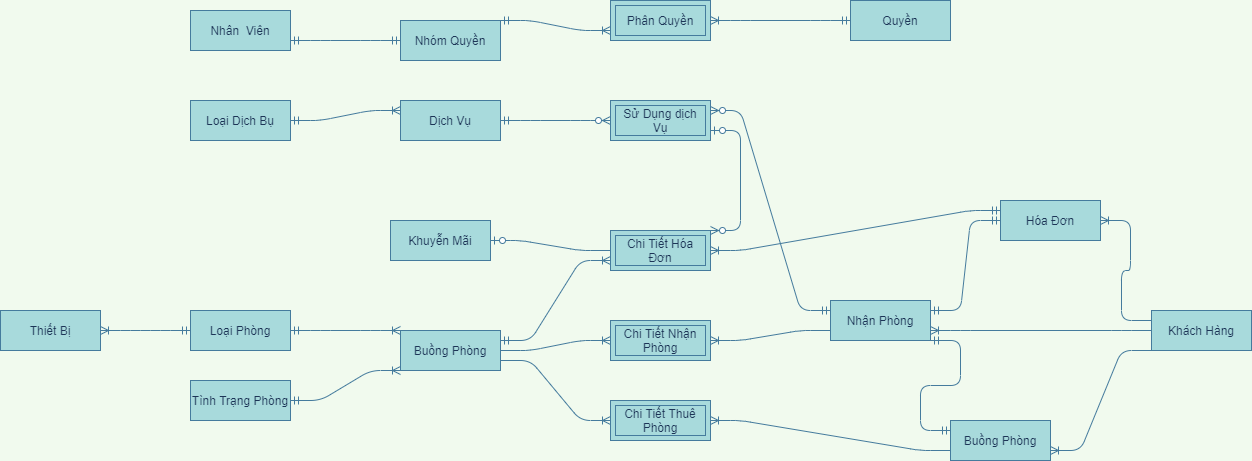
Earlier version of the draw.io export EntityRelationship-QLKS.png (maialino123/QLKS). Source tidied: cells renumbered, new cells last; positions are measured from the earlier drawing's top-left corner, leaving out a move shared by most shapes. Source of this version:
```xml
<mxGraphModel background="#F1FAEE">
  <root>
    <mxCell id="0" />
    <mxCell id="1" parent="0" />
    <mxCell id="2" style="edgeStyle=entityRelationEdgeStyle;fontSize=12;html=1;endArrow=ERoneToMany;startArrow=ERmandOne;strokeColor=#457B9D;fillColor=#A8DADC;labelBackgroundColor=#F1FAEE;fontColor=#1D3557;exitX=1;exitY=0.5;exitDx=0;exitDy=0;entryX=0;entryY=0;entryDx=0;entryDy=0;" parent="1" edge="1" source="36" target="38">
      <mxGeometry relative="1" as="geometry" />
    </mxCell>
    <mxCell id="3" style="edgeStyle=entityRelationEdgeStyle;fontSize=12;html=1;endArrow=ERoneToMany;startArrow=ERmandOne;strokeColor=#457B9D;fillColor=#A8DADC;labelBackgroundColor=#F1FAEE;fontColor=#1D3557;exitX=1;exitY=0.5;exitDx=0;exitDy=0;entryX=0;entryY=1;entryDx=0;entryDy=0;" parent="1" edge="1" source="37" target="38">
      <mxGeometry relative="1" as="geometry" />
    </mxCell>
    <mxCell id="4" style="edgeStyle=entityRelationEdgeStyle;fontSize=12;html=1;endArrow=ERoneToMany;strokeColor=#457B9D;fillColor=#A8DADC;entryX=1;entryY=0.5;entryDx=0;entryDy=0;labelBackgroundColor=#F1FAEE;fontColor=#1D3557;exitX=0;exitY=0.75;exitDx=0;exitDy=0;" parent="1" edge="1" source="40" target="5">
      <mxGeometry relative="1" as="geometry" />
    </mxCell>
    <mxCell id="5" value="Chi Tiết Nhận Phòng" style="shape=ext;margin=3;double=1;whiteSpace=wrap;html=1;align=center;strokeColor=#457B9D;fillColor=#A8DADC;fontColor=#1D3557;" parent="1" vertex="1">
      <mxGeometry x="610" y="320" width="100" height="40" as="geometry" />
    </mxCell>
    <mxCell id="6" style="edgeStyle=entityRelationEdgeStyle;fontSize=12;html=1;endArrow=ERoneToMany;strokeColor=#457B9D;fillColor=#A8DADC;entryX=0;entryY=0.5;entryDx=0;entryDy=0;labelBackgroundColor=#F1FAEE;fontColor=#1D3557;exitX=1;exitY=0.5;exitDx=0;exitDy=0;" parent="1" edge="1" source="38" target="5">
      <mxGeometry relative="1" as="geometry" />
    </mxCell>
    <mxCell id="7" style="edgeStyle=entityRelationEdgeStyle;fontSize=12;html=1;endArrow=ERoneToMany;strokeColor=#457B9D;fillColor=#A8DADC;labelBackgroundColor=#F1FAEE;fontColor=#1D3557;exitX=0;exitY=0.75;exitDx=0;exitDy=0;" parent="1" edge="1" source="39" target="8">
      <mxGeometry relative="1" as="geometry" />
    </mxCell>
    <mxCell id="8" value="Chi Tiết Thuê Phòng" style="shape=ext;margin=3;double=1;whiteSpace=wrap;html=1;align=center;strokeColor=#457B9D;fillColor=#A8DADC;fontColor=#1D3557;" parent="1" vertex="1">
      <mxGeometry x="610" y="400" width="100" height="40" as="geometry" />
    </mxCell>
    <mxCell id="9" style="edgeStyle=entityRelationEdgeStyle;fontSize=12;html=1;endArrow=ERoneToMany;strokeColor=#457B9D;fillColor=#A8DADC;entryX=0;entryY=0.5;entryDx=0;entryDy=0;labelBackgroundColor=#F1FAEE;fontColor=#1D3557;exitX=1;exitY=0.75;exitDx=0;exitDy=0;" parent="1" edge="1" source="38" target="8">
      <mxGeometry relative="1" as="geometry" />
    </mxCell>
    <mxCell id="10" style="edgeStyle=entityRelationEdgeStyle;fontSize=12;html=1;endArrow=ERoneToMany;strokeColor=#457B9D;fillColor=#A8DADC;labelBackgroundColor=#F1FAEE;fontColor=#1D3557;entryX=1;entryY=0.75;entryDx=0;entryDy=0;exitX=0;exitY=1;exitDx=0;exitDy=0;" parent="1" edge="1" source="41" target="39">
      <mxGeometry relative="1" as="geometry" />
    </mxCell>
    <mxCell id="11" style="edgeStyle=entityRelationEdgeStyle;fontSize=12;html=1;endArrow=ERoneToMany;strokeColor=#457B9D;fillColor=#A8DADC;labelBackgroundColor=#F1FAEE;fontColor=#1D3557;entryX=1;entryY=0.75;entryDx=0;entryDy=0;exitX=0;exitY=0.5;exitDx=0;exitDy=0;" parent="1" edge="1" source="41" target="40">
      <mxGeometry relative="1" as="geometry" />
    </mxCell>
    <mxCell id="12" style="edgeStyle=entityRelationEdgeStyle;fontSize=12;html=1;endArrow=ERmandOne;startArrow=ERmandOne;strokeColor=#457B9D;fillColor=#A8DADC;labelBackgroundColor=#F1FAEE;fontColor=#1D3557;exitX=0;exitY=0.25;exitDx=0;exitDy=0;entryX=1;entryY=1;entryDx=0;entryDy=0;" parent="1" edge="1" source="39" target="40">
      <mxGeometry relative="1" as="geometry" />
    </mxCell>
    <mxCell id="13" style="edgeStyle=entityRelationEdgeStyle;fontSize=12;html=1;endArrow=ERoneToMany;strokeColor=#457B9D;fillColor=#A8DADC;labelBackgroundColor=#F1FAEE;fontColor=#1D3557;exitX=0;exitY=0.25;exitDx=0;exitDy=0;entryX=1;entryY=0.5;entryDx=0;entryDy=0;" parent="1" edge="1" source="41" target="42">
      <mxGeometry relative="1" as="geometry" />
    </mxCell>
    <mxCell id="14" style="edgeStyle=entityRelationEdgeStyle;fontSize=12;html=1;endArrow=ERmandOne;startArrow=ERmandOne;strokeColor=#457B9D;fillColor=#A8DADC;labelBackgroundColor=#F1FAEE;fontColor=#1D3557;exitX=1;exitY=0.25;exitDx=0;exitDy=0;entryX=0;entryY=0.5;entryDx=0;entryDy=0;" parent="1" edge="1" source="40" target="42">
      <mxGeometry relative="1" as="geometry" />
    </mxCell>
    <mxCell id="15" value="Chi Tiết Hóa Đơn" style="shape=ext;margin=3;double=1;whiteSpace=wrap;html=1;align=center;strokeColor=#457B9D;fillColor=#A8DADC;fontColor=#1D3557;" parent="1" vertex="1">
      <mxGeometry x="610" y="230" width="100" height="40" as="geometry" />
    </mxCell>
    <mxCell id="16" style="edgeStyle=entityRelationEdgeStyle;fontSize=12;html=1;endArrow=ERoneToMany;startArrow=ERmandOne;strokeColor=#457B9D;fillColor=#A8DADC;entryX=1;entryY=0.5;entryDx=0;entryDy=0;labelBackgroundColor=#F1FAEE;fontColor=#1D3557;exitX=0;exitY=0.25;exitDx=0;exitDy=0;" parent="1" edge="1" source="42" target="15">
      <mxGeometry relative="1" as="geometry" />
    </mxCell>
    <mxCell id="17" style="edgeStyle=entityRelationEdgeStyle;fontSize=12;html=1;endArrow=ERzeroToOne;endFill=1;strokeColor=#457B9D;fillColor=#A8DADC;exitX=0;exitY=0.5;exitDx=0;exitDy=0;labelBackgroundColor=#F1FAEE;fontColor=#1D3557;entryX=1;entryY=0.5;entryDx=0;entryDy=0;" parent="1" edge="1" source="15" target="34">
      <mxGeometry relative="1" as="geometry" />
    </mxCell>
    <mxCell id="18" style="edgeStyle=entityRelationEdgeStyle;fontSize=12;html=1;endArrow=ERoneToMany;startArrow=ERmandOne;strokeColor=#457B9D;fillColor=#A8DADC;labelBackgroundColor=#F1FAEE;fontColor=#1D3557;entryX=1;entryY=0.5;entryDx=0;entryDy=0;exitX=0;exitY=0.5;exitDx=0;exitDy=0;" parent="1" edge="1" source="36" target="35">
      <mxGeometry relative="1" as="geometry" />
    </mxCell>
    <mxCell id="19" style="edgeStyle=entityRelationEdgeStyle;fontSize=12;html=1;endArrow=ERoneToMany;startArrow=ERmandOne;labelBackgroundColor=#F1FAEE;strokeColor=#457B9D;fontColor=#1D3557;exitX=1;exitY=0.5;exitDx=0;exitDy=0;entryX=0;entryY=0.25;entryDx=0;entryDy=0;" parent="1" edge="1" source="32" target="33">
      <mxGeometry relative="1" as="geometry" />
    </mxCell>
    <mxCell id="20" style="edgeStyle=entityRelationEdgeStyle;fontSize=12;html=1;endArrow=ERzeroToMany;startArrow=ERmandOne;entryX=0;entryY=0.5;entryDx=0;entryDy=0;labelBackgroundColor=#F1FAEE;strokeColor=#457B9D;fontColor=#1D3557;exitX=1;exitY=0.5;exitDx=0;exitDy=0;" parent="1" edge="1" source="33" target="21">
      <mxGeometry relative="1" as="geometry" />
    </mxCell>
    <mxCell id="21" value="Sử Dụng dịch Vụ" style="shape=ext;margin=3;double=1;whiteSpace=wrap;html=1;align=center;strokeColor=#457B9D;fillColor=#A8DADC;fontColor=#1D3557;" parent="1" vertex="1">
      <mxGeometry x="610" y="100" width="100" height="40" as="geometry" />
    </mxCell>
    <mxCell id="22" style="edgeStyle=entityRelationEdgeStyle;fontSize=12;html=1;endArrow=ERzeroToMany;startArrow=ERmandOne;entryX=1;entryY=0.25;entryDx=0;entryDy=0;labelBackgroundColor=#F1FAEE;strokeColor=#457B9D;fontColor=#1D3557;exitX=0;exitY=0.25;exitDx=0;exitDy=0;" parent="1" edge="1" source="40" target="21">
      <mxGeometry relative="1" as="geometry" />
    </mxCell>
    <mxCell id="23" style="edgeStyle=entityRelationEdgeStyle;fontSize=12;html=1;endArrow=ERoneToMany;startArrow=ERmandOne;strokeColor=#457B9D;fillColor=#A8DADC;entryX=0;entryY=0.75;entryDx=0;entryDy=0;exitX=1;exitY=0.25;exitDx=0;exitDy=0;" parent="1" edge="1" source="38" target="15">
      <mxGeometry relative="1" as="geometry" />
    </mxCell>
    <mxCell id="24" style="edgeStyle=entityRelationEdgeStyle;fontSize=12;html=1;endArrow=ERzeroToMany;startArrow=ERzeroToOne;strokeColor=#457B9D;fillColor=#A8DADC;exitX=1;exitY=0.75;exitDx=0;exitDy=0;entryX=1;entryY=0;entryDx=0;entryDy=0;" parent="1" edge="1" source="21" target="15">
      <mxGeometry relative="1" as="geometry" />
    </mxCell>
    <mxCell id="25" style="edgeStyle=entityRelationEdgeStyle;fontSize=12;html=1;endArrow=ERoneToMany;startArrow=ERmandOne;labelBackgroundColor=#F1FAEE;strokeColor=#457B9D;fontColor=#1D3557;entryX=1;entryY=0.5;entryDx=0;entryDy=0;exitX=0;exitY=0.5;exitDx=0;exitDy=0;" parent="1" edge="1" source="30" target="26">
      <mxGeometry relative="1" as="geometry" />
    </mxCell>
    <mxCell id="26" value="Phân Quyền" style="shape=ext;margin=3;double=1;whiteSpace=wrap;html=1;align=center;strokeColor=#457B9D;fillColor=#A8DADC;fontColor=#1D3557;" parent="1" vertex="1">
      <mxGeometry x="610" width="100" height="40" as="geometry" />
    </mxCell>
    <mxCell id="27" style="edgeStyle=entityRelationEdgeStyle;fontSize=12;html=1;endArrow=ERoneToMany;startArrow=ERmandOne;labelBackgroundColor=#F1FAEE;strokeColor=#457B9D;fontColor=#1D3557;entryX=0;entryY=0.75;entryDx=0;entryDy=0;exitX=1;exitY=0;exitDx=0;exitDy=0;" parent="1" edge="1" source="29" target="26">
      <mxGeometry relative="1" as="geometry" />
    </mxCell>
    <mxCell id="28" style="edgeStyle=entityRelationEdgeStyle;fontSize=12;html=1;endArrow=ERmandOne;startArrow=ERmandOne;strokeColor=#457B9D;fillColor=#A8DADC;exitX=1;exitY=0.75;exitDx=0;exitDy=0;entryX=0;entryY=0.5;entryDx=0;entryDy=0;" parent="1" edge="1" source="31" target="29">
      <mxGeometry relative="1" as="geometry" />
    </mxCell>
    <mxCell id="29" value="Nhóm Quyền" style="whiteSpace=wrap;html=1;align=center;rounded=0;sketch=0;strokeColor=#457B9D;fillColor=#A8DADC;fontColor=#1D3557;" parent="1" vertex="1">
      <mxGeometry x="400" y="20" width="100" height="40" as="geometry" />
    </mxCell>
    <mxCell id="30" value="Quyền" style="whiteSpace=wrap;html=1;align=center;rounded=0;sketch=0;strokeColor=#457B9D;fillColor=#A8DADC;fontColor=#1D3557;" parent="1" vertex="1">
      <mxGeometry x="850" width="100" height="40" as="geometry" />
    </mxCell>
    <mxCell id="31" value="Nhân&amp;nbsp; Viên" style="whiteSpace=wrap;html=1;align=center;rounded=0;sketch=0;strokeColor=#457B9D;fillColor=#A8DADC;fontColor=#1D3557;" parent="1" vertex="1">
      <mxGeometry x="190" y="10" width="100" height="40" as="geometry" />
    </mxCell>
    <mxCell id="32" value="Loại Dịch Bụ" style="whiteSpace=wrap;html=1;align=center;rounded=0;sketch=0;strokeColor=#457B9D;fillColor=#A8DADC;fontColor=#1D3557;" parent="1" vertex="1">
      <mxGeometry x="190" y="100" width="100" height="40" as="geometry" />
    </mxCell>
    <mxCell id="33" value="Dịch Vụ" style="whiteSpace=wrap;html=1;align=center;rounded=0;sketch=0;strokeColor=#457B9D;fillColor=#A8DADC;fontColor=#1D3557;" parent="1" vertex="1">
      <mxGeometry x="400" y="100" width="100" height="40" as="geometry" />
    </mxCell>
    <mxCell id="34" value="Khuyễn Mãi" style="whiteSpace=wrap;html=1;align=center;rounded=0;sketch=0;strokeColor=#457B9D;fillColor=#A8DADC;fontColor=#1D3557;" parent="1" vertex="1">
      <mxGeometry x="390" y="220" width="100" height="40" as="geometry" />
    </mxCell>
    <mxCell id="35" value="Thiết Bị" style="whiteSpace=wrap;html=1;align=center;rounded=0;sketch=0;strokeColor=#457B9D;fillColor=#A8DADC;fontColor=#1D3557;" parent="1" vertex="1">
      <mxGeometry y="310" width="100" height="40" as="geometry" />
    </mxCell>
    <mxCell id="36" value="Loại Phòng" style="whiteSpace=wrap;html=1;align=center;rounded=0;sketch=0;strokeColor=#457B9D;fillColor=#A8DADC;fontColor=#1D3557;" parent="1" vertex="1">
      <mxGeometry x="190" y="310" width="100" height="40" as="geometry" />
    </mxCell>
    <mxCell id="37" value="Tình Trạng Phòng" style="whiteSpace=wrap;html=1;align=center;rounded=0;sketch=0;strokeColor=#457B9D;fillColor=#A8DADC;fontColor=#1D3557;" parent="1" vertex="1">
      <mxGeometry x="190" y="380" width="100" height="40" as="geometry" />
    </mxCell>
    <mxCell id="38" value="Buồng Phòng" style="whiteSpace=wrap;html=1;align=center;rounded=0;sketch=0;strokeColor=#457B9D;fillColor=#A8DADC;fontColor=#1D3557;" parent="1" vertex="1">
      <mxGeometry x="400" y="330" width="100" height="40" as="geometry" />
    </mxCell>
    <mxCell id="39" value="Buồng Phòng" style="whiteSpace=wrap;html=1;align=center;rounded=0;sketch=0;strokeColor=#457B9D;fillColor=#A8DADC;fontColor=#1D3557;" parent="1" vertex="1">
      <mxGeometry x="950" y="420" width="100" height="40" as="geometry" />
    </mxCell>
    <mxCell id="40" value="Nhận Phòng" style="whiteSpace=wrap;html=1;align=center;rounded=0;sketch=0;strokeColor=#457B9D;fillColor=#A8DADC;fontColor=#1D3557;" parent="1" vertex="1">
      <mxGeometry x="830" y="300" width="100" height="40" as="geometry" />
    </mxCell>
    <mxCell id="41" value="Khách Hàng" style="whiteSpace=wrap;html=1;align=center;rounded=0;sketch=0;strokeColor=#457B9D;fillColor=#A8DADC;fontColor=#1D3557;" parent="1" vertex="1">
      <mxGeometry x="1151" y="310" width="100" height="40" as="geometry" />
    </mxCell>
    <mxCell id="42" value="Hóa Đơn" style="whiteSpace=wrap;html=1;align=center;rounded=0;sketch=0;strokeColor=#457B9D;fillColor=#A8DADC;fontColor=#1D3557;" parent="1" vertex="1">
      <mxGeometry x="1000" y="200" width="100" height="40" as="geometry" />
    </mxCell>
  </root>
</mxGraphModel>
```
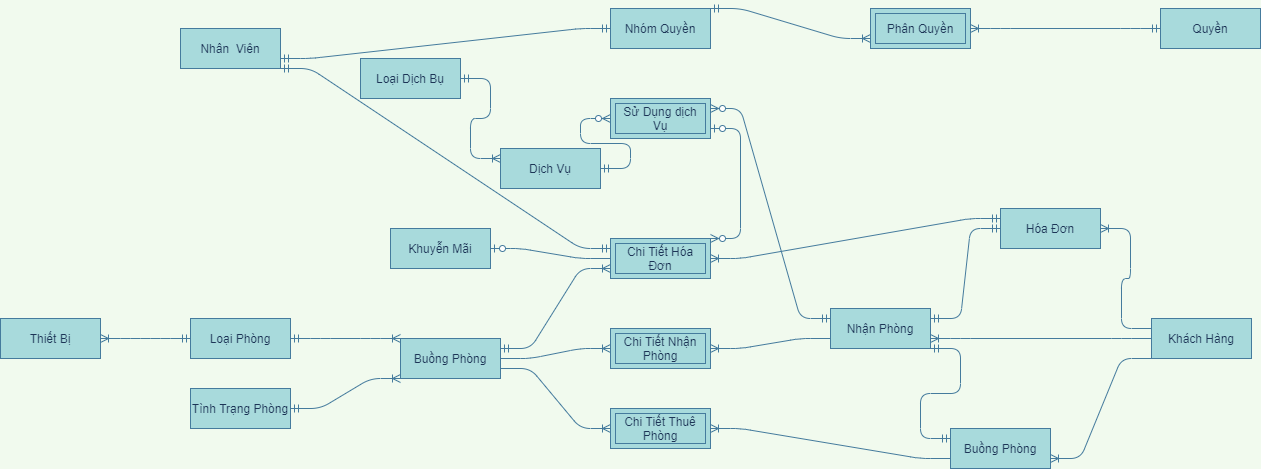
Later version of the same file.

What changed in the source:
```diff
@@ -60,7 +60,7 @@
       <mxGeometry relative="1" as="geometry" />
     </mxCell>
     <mxCell id="21" value="Sử Dụng dịch Vụ" style="shape=ext;margin=3;double=1;whiteSpace=wrap;html=1;align=center;strokeColor=#457B9D;fillColor=#A8DADC;fontColor=#1D3557;" parent="1" vertex="1">
-      <mxGeometry x="610" y="100" width="100" height="40" as="geometry" />
+      <mxGeometry x="610" y="90" width="100" height="40" as="geometry" />
     </mxCell>
     <mxCell id="22" style="edgeStyle=entityRelationEdgeStyle;fontSize=12;html=1;endArrow=ERzeroToMany;startArrow=ERmandOne;entryX=1;entryY=0.25;entryDx=0;entryDy=0;labelBackgroundColor=#F1FAEE;strokeColor=#457B9D;fontColor=#1D3557;exitX=0;exitY=0.25;exitDx=0;exitDy=0;" parent="1" edge="1" source="40" target="21">
       <mxGeometry relative="1" as="geometry" />
@@ -75,7 +75,7 @@
       <mxGeometry relative="1" as="geometry" />
     </mxCell>
     <mxCell id="26" value="Phân Quyền" style="shape=ext;margin=3;double=1;whiteSpace=wrap;html=1;align=center;strokeColor=#457B9D;fillColor=#A8DADC;fontColor=#1D3557;" parent="1" vertex="1">
-      <mxGeometry x="610" width="100" height="40" as="geometry" />
+      <mxGeometry x="870" width="100" height="40" as="geometry" />
     </mxCell>
     <mxCell id="27" style="edgeStyle=entityRelationEdgeStyle;fontSize=12;html=1;endArrow=ERoneToMany;startArrow=ERmandOne;labelBackgroundColor=#F1FAEE;strokeColor=#457B9D;fontColor=#1D3557;entryX=0;entryY=0.75;entryDx=0;entryDy=0;exitX=1;exitY=0;exitDx=0;exitDy=0;" parent="1" edge="1" source="29" target="26">
       <mxGeometry relative="1" as="geometry" />
@@ -84,19 +84,19 @@
       <mxGeometry relative="1" as="geometry" />
     </mxCell>
     <mxCell id="29" value="Nhóm Quyền" style="whiteSpace=wrap;html=1;align=center;rounded=0;sketch=0;strokeColor=#457B9D;fillColor=#A8DADC;fontColor=#1D3557;" parent="1" vertex="1">
-      <mxGeometry x="400" y="20" width="100" height="40" as="geometry" />
+      <mxGeometry x="610" width="100" height="40" as="geometry" />
     </mxCell>
     <mxCell id="30" value="Quyền" style="whiteSpace=wrap;html=1;align=center;rounded=0;sketch=0;strokeColor=#457B9D;fillColor=#A8DADC;fontColor=#1D3557;" parent="1" vertex="1">
-      <mxGeometry x="850" width="100" height="40" as="geometry" />
+      <mxGeometry x="1160" width="100" height="40" as="geometry" />
     </mxCell>
     <mxCell id="31" value="Nhân&amp;nbsp; Viên" style="whiteSpace=wrap;html=1;align=center;rounded=0;sketch=0;strokeColor=#457B9D;fillColor=#A8DADC;fontColor=#1D3557;" parent="1" vertex="1">
-      <mxGeometry x="190" y="10" width="100" height="40" as="geometry" />
+      <mxGeometry x="180" y="20" width="100" height="40" as="geometry" />
     </mxCell>
     <mxCell id="32" value="Loại Dịch Bụ" style="whiteSpace=wrap;html=1;align=center;rounded=0;sketch=0;strokeColor=#457B9D;fillColor=#A8DADC;fontColor=#1D3557;" parent="1" vertex="1">
-      <mxGeometry x="190" y="100" width="100" height="40" as="geometry" />
+      <mxGeometry x="360" y="50" width="100" height="40" as="geometry" />
     </mxCell>
     <mxCell id="33" value="Dịch Vụ" style="whiteSpace=wrap;html=1;align=center;rounded=0;sketch=0;strokeColor=#457B9D;fillColor=#A8DADC;fontColor=#1D3557;" parent="1" vertex="1">
-      <mxGeometry x="400" y="100" width="100" height="40" as="geometry" />
+      <mxGeometry x="500" y="140" width="100" height="40" as="geometry" />
     </mxCell>
     <mxCell id="34" value="Khuyễn Mãi" style="whiteSpace=wrap;html=1;align=center;rounded=0;sketch=0;strokeColor=#457B9D;fillColor=#A8DADC;fontColor=#1D3557;" parent="1" vertex="1">
       <mxGeometry x="390" y="220" width="100" height="40" as="geometry" />
@@ -125,5 +125,8 @@
     <mxCell id="42" value="Hóa Đơn" style="whiteSpace=wrap;html=1;align=center;rounded=0;sketch=0;strokeColor=#457B9D;fillColor=#A8DADC;fontColor=#1D3557;" parent="1" vertex="1">
       <mxGeometry x="1000" y="200" width="100" height="40" as="geometry" />
     </mxCell>
+    <mxCell id="43" style="edgeStyle=entityRelationEdgeStyle;fontSize=12;html=1;endArrow=ERmandOne;startArrow=ERmandOne;strokeColor=#457B9D;fillColor=#A8DADC;entryX=1;entryY=1;entryDx=0;entryDy=0;exitX=0;exitY=0.25;exitDx=0;exitDy=0;" parent="1" edge="1" source="15" target="31">
+      <mxGeometry relative="1" as="geometry" />
+    </mxCell>
   </root>
 </mxGraphModel>
```
